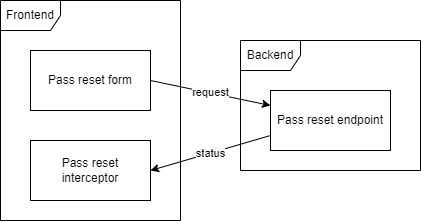
Earlier version of the draw.io export .gitbook/assets/password_reset_request_flow.drawio.png (Bernardo-MG/development-docs-architecture). Source tidied: cells renumbered, new cells last; positions are measured from the earlier drawing's top-left corner, leaving out a move shared by most shapes.
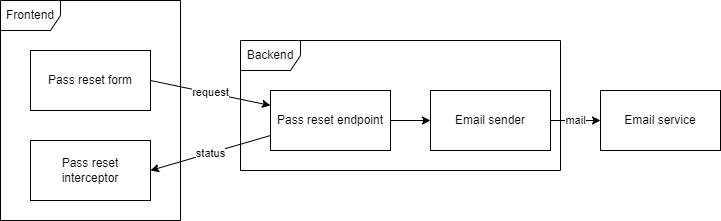
The same diagram one commit later.

Diff of the diagram source:
```diff
@@ -3,7 +3,7 @@
     <mxCell id="0" />
     <mxCell id="1" parent="0" />
     <mxCell id="2" value="Backend" style="shape=umlFrame;whiteSpace=wrap;html=1;" parent="1" vertex="1">
-      <mxGeometry x="240" y="40" width="180" height="130" as="geometry" />
+      <mxGeometry x="240" y="40" width="320" height="130" as="geometry" />
     </mxCell>
     <mxCell id="3" value="Frontend&lt;span style=&quot;color: rgba(0, 0, 0, 0); font-family: monospace; font-size: 0px; text-align: start;&quot;&gt;%3CmxGraphModel%3E%3Croot%3E%3CmxCell%20id%3D%220%22%2F%3E%3CmxCell%20id%3D%221%22%20parent%3D%220%22%2F%3E%3CmxCell%20id%3D%222%22%20value%3D%22Form%22%20style%3D%22rounded%3D0%3BwhiteSpace%3Dwrap%3Bhtml%3D1%3B%22%20vertex%3D%221%22%20parent%3D%221%22%3E%3CmxGeometry%20x%3D%2240%22%20y%3D%22160%22%20width%3D%22120%22%20height%3D%2260%22%20as%3D%22geometry%22%2F%3E%3C%2FmxCell%3E%3C%2Froot%3E%3C%2FmxGraphModel%3E&lt;/span&gt;" style="shape=umlFrame;whiteSpace=wrap;html=1;" parent="1" vertex="1">
       <mxGeometry width="180" height="220" as="geometry" />
@@ -23,5 +23,17 @@
     <mxCell id="8" value="status" style="endArrow=classic;html=1;rounded=0;exitX=0;exitY=0.75;exitDx=0;exitDy=0;entryX=1;entryY=0.5;entryDx=0;entryDy=0;" parent="1" edge="1" source="5" target="6">
       <mxGeometry relative="1" as="geometry" />
     </mxCell>
+    <mxCell id="9" value="Email sender" style="rounded=0;whiteSpace=wrap;html=1;" parent="1" vertex="1">
+      <mxGeometry x="430" y="90" width="120" height="60" as="geometry" />
+    </mxCell>
+    <mxCell id="10" style="endArrow=classic;html=1;rounded=0;exitX=1;exitY=0.5;exitDx=0;exitDy=0;entryX=0;entryY=0.5;entryDx=0;entryDy=0;" parent="1" edge="1" source="5" target="9">
+      <mxGeometry relative="1" as="geometry" />
+    </mxCell>
+    <mxCell id="11" value="Email service" style="rounded=0;whiteSpace=wrap;html=1;" parent="1" vertex="1">
+      <mxGeometry x="600" y="90" width="120" height="60" as="geometry" />
+    </mxCell>
+    <mxCell id="12" value="mail" style="endArrow=classic;html=1;rounded=0;exitX=1;exitY=0.5;exitDx=0;exitDy=0;" parent="1" edge="1" source="9" target="11">
+      <mxGeometry relative="1" as="geometry" />
+    </mxCell>
   </root>
 </mxGraphModel>
```
